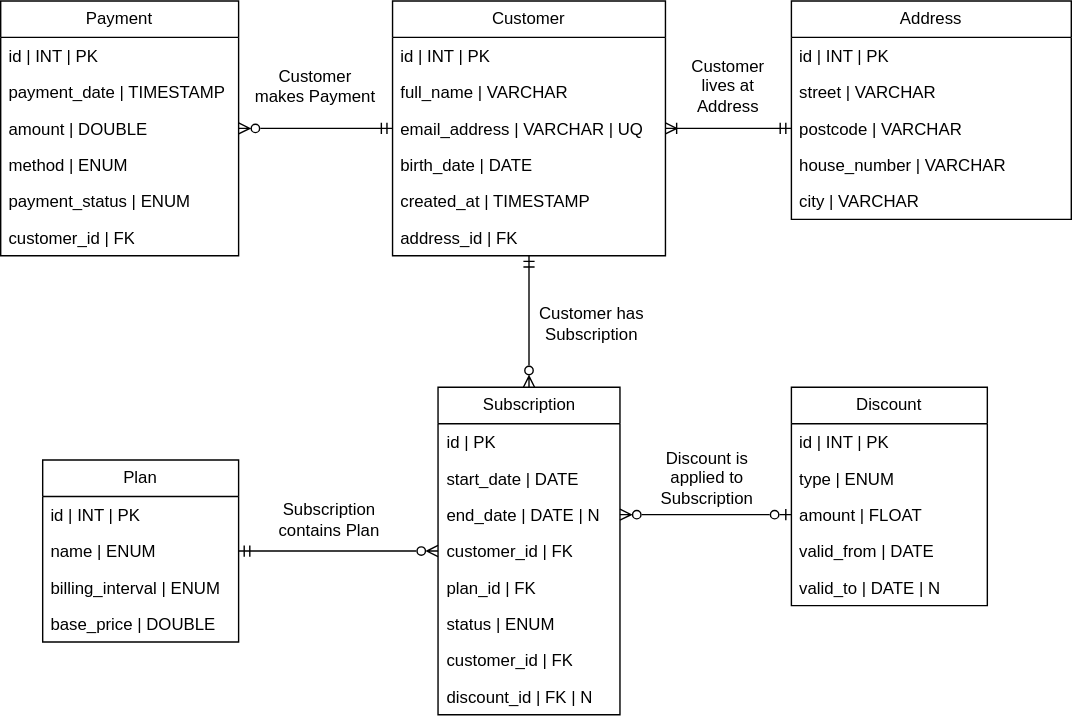
The draw.io diagram sql/InAudible.drawio.svg in 37265/frankoud.com, before a commit. Source tidied: cells renumbered, new cells last; positions are measured from the earlier drawing's top-left corner, leaving out a move shared by most shapes.
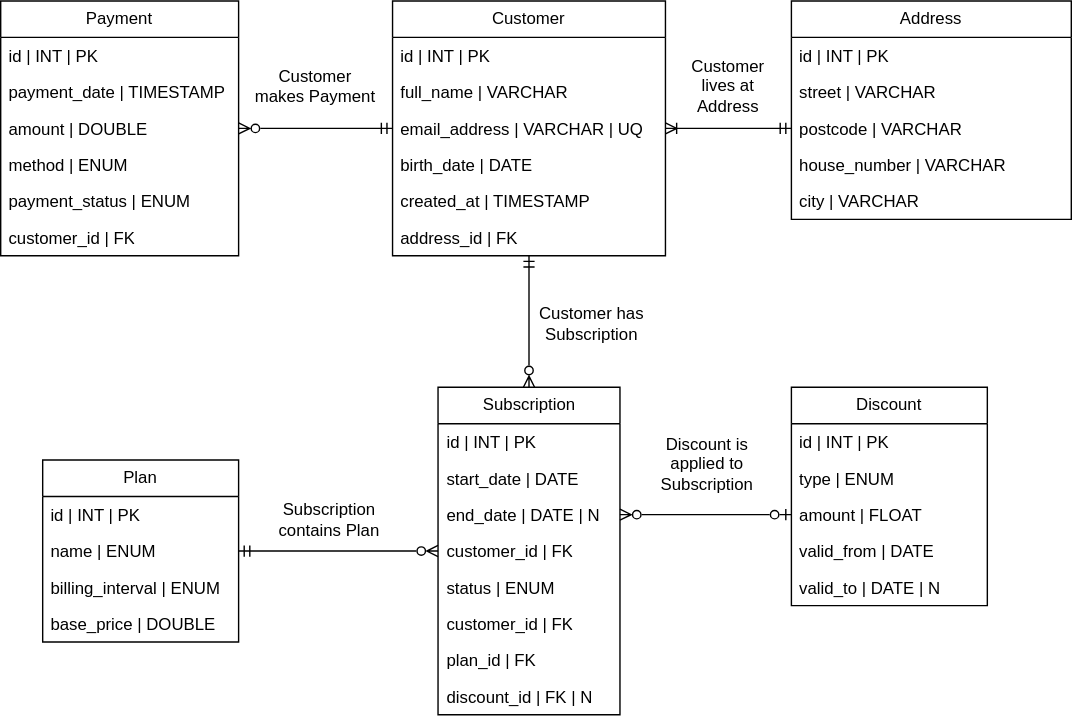
Above is the later version.

Diff of the diagram source:
```diff
@@ -59,7 +59,7 @@
     <mxCell id="20" value="Subscription" style="swimlane;fontStyle=0;horizontal=1;startSize=26;fillColor=none;whiteSpace=wrap;html=1;" parent="1" vertex="1">
       <mxGeometry x="312.5" y="276" width="130" height="234" as="geometry" />
     </mxCell>
-    <mxCell id="21" value="id | PK" style="text;strokeColor=none;fillColor=none;align=left;verticalAlign=top;spacingLeft=4;spacingRight=4;overflow=hidden;whiteSpace=wrap;html=1;" parent="20" vertex="1">
+    <mxCell id="21" value="id | INT | PK" style="text;strokeColor=none;fillColor=none;align=left;verticalAlign=top;spacingLeft=4;spacingRight=4;overflow=hidden;whiteSpace=wrap;html=1;" parent="20" vertex="1">
       <mxGeometry y="26" width="130" height="26" as="geometry" />
     </mxCell>
     <mxCell id="22" value="start_date | DATE" style="text;strokeColor=none;fillColor=none;align=left;verticalAlign=top;spacingLeft=4;spacingRight=4;overflow=hidden;whiteSpace=wrap;html=1;" parent="20" vertex="1">
@@ -71,15 +71,15 @@
     <mxCell id="24" value="customer_id | FK" style="text;strokeColor=none;fillColor=none;align=left;verticalAlign=top;spacingLeft=4;spacingRight=4;overflow=hidden;whiteSpace=wrap;html=1;" parent="20" vertex="1">
       <mxGeometry y="104" width="130" height="26" as="geometry" />
     </mxCell>
-    <mxCell id="25" value="plan_id | FK" style="text;strokeColor=none;fillColor=none;align=left;verticalAlign=top;spacingLeft=4;spacingRight=4;overflow=hidden;whiteSpace=wrap;html=1;" parent="20" vertex="1">
-      <mxGeometry y="130" width="130" height="26" as="geometry" />
-    </mxCell>
     <mxCell id="26" value="status | ENUM" style="text;strokeColor=none;fillColor=none;align=left;verticalAlign=top;spacingLeft=4;spacingRight=4;overflow=hidden;whiteSpace=wrap;html=1;" parent="20" vertex="1">
-      <mxGeometry y="156" width="130" height="26" as="geometry" />
+      <mxGeometry y="130" width="130" height="26" as="geometry" />
     </mxCell>
     <mxCell id="27" value="&lt;div&gt;customer_id | FK&lt;/div&gt;&lt;div&gt;&lt;br&gt;&lt;/div&gt;" style="text;strokeColor=none;fillColor=none;align=left;verticalAlign=top;spacingLeft=4;spacingRight=4;overflow=hidden;whiteSpace=wrap;html=1;" parent="20" vertex="1">
-      <mxGeometry y="182" width="130" height="26" as="geometry" />
+      <mxGeometry y="156" width="130" height="26" as="geometry" />
     </mxCell>
+    <mxCell id="25" value="&lt;div&gt;plan_id | FK&lt;/div&gt;&lt;div&gt;&lt;br&gt;&lt;/div&gt;" style="text;strokeColor=none;fillColor=none;align=left;verticalAlign=top;spacingLeft=4;spacingRight=4;overflow=hidden;whiteSpace=wrap;html=1;" parent="20" vertex="1">
+      <mxGeometry y="182" width="130" height="26" as="geometry" />
+    </mxCell>
     <mxCell id="28" value="discount_id | FK | N" style="text;strokeColor=none;fillColor=none;align=left;verticalAlign=top;spacingLeft=4;spacingRight=4;overflow=hidden;whiteSpace=wrap;html=1;" parent="20" vertex="1">
       <mxGeometry y="208" width="130" height="26" as="geometry" />
     </mxCell>
@@ -102,7 +102,7 @@
       <mxGeometry y="130" width="140" height="26" as="geometry" />
     </mxCell>
     <mxCell id="35" value="Discount is applied to Subscription" style="text;html=1;whiteSpace=wrap;strokeColor=none;fillColor=none;align=center;verticalAlign=middle;rounded=0;" parent="1" vertex="1">
-      <mxGeometry x="465" y="326" width="80" height="30" as="geometry" />
+      <mxGeometry x="465" y="316" width="80" height="30" as="geometry" />
     </mxCell>
     <mxCell id="36" value="Customer has Subscription" style="text;html=1;whiteSpace=wrap;strokeColor=none;fillColor=none;align=center;verticalAlign=middle;rounded=0;" parent="1" vertex="1">
       <mxGeometry x="380" y="216" width="85" height="30" as="geometry" />
```
